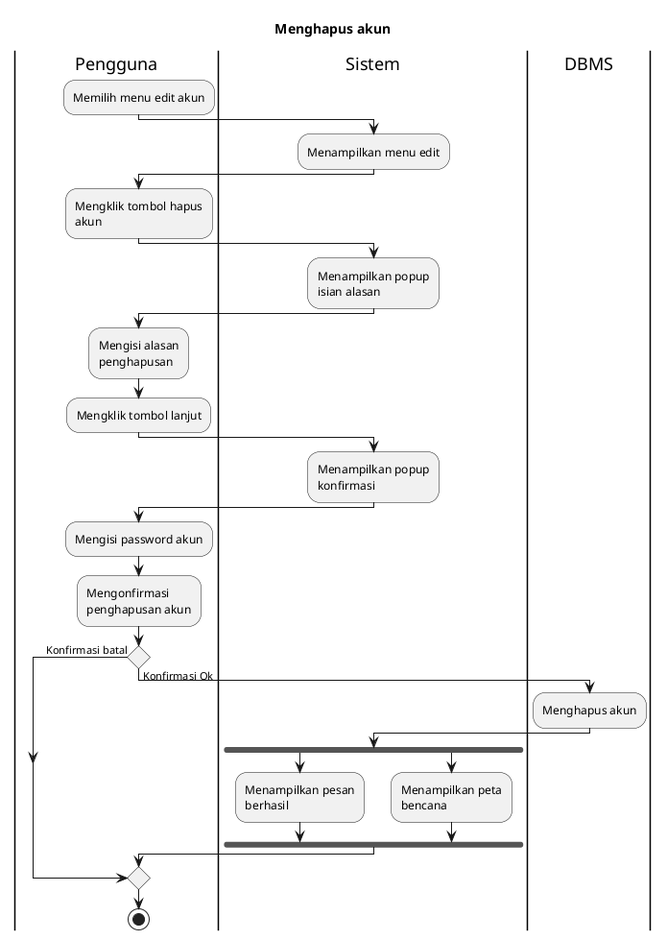
Above: export/Activity Diagrams/UC-MGACCOUNT - Manajemen Akun/UC-MGACCOUNT-004 - Menghapus akun.png in bagusNA/appl-diagrams (PlantUML), before the change.
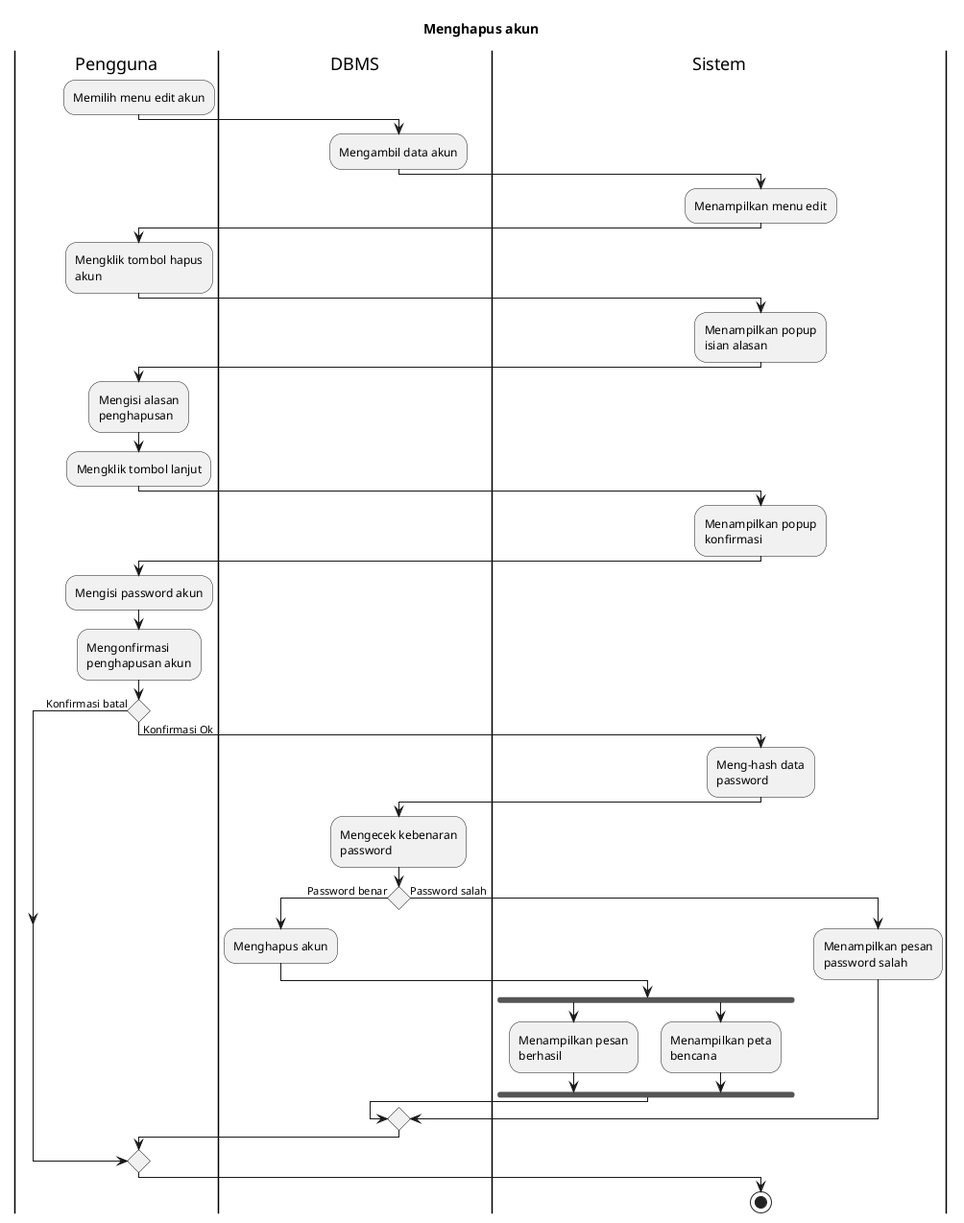
The same diagram one commit later.

Diff of the diagram source:
```diff
@@ -5,6 +5,9 @@
 
 |Pengguna|
 :Memilih menu edit akun;
+
+|DBMS|
+:Mengambil data akun;
 
 |Sistem|
 :Menampilkan menu edit;
@@ -28,17 +31,27 @@
 
 if () then (Konfirmasi batal)
 else (Konfirmasi Ok)
+  |Sistem|
+  :Meng-hash data password;
+
   |DBMS|
-  :Menghapus akun;
+  :Mengecek kebenaran password;
 
-  |Sistem|
-  fork
-    :Menampilkan pesan berhasil;
-  fork again
-    :Menampilkan peta bencana;
-  endfork
+  if () then (Password benar)
+    |DBMS|
+    :Menghapus akun;
+
+    |Sistem|
+    fork
+      :Menampilkan pesan berhasil;
+    fork again
+      :Menampilkan peta bencana;
+    endfork
+  else (Password salah)
+    |Sistem|
+    :Menampilkan pesan password salah;
+  endif
 endif
 
-|Pengguna|
 stop
 @enduml
```
